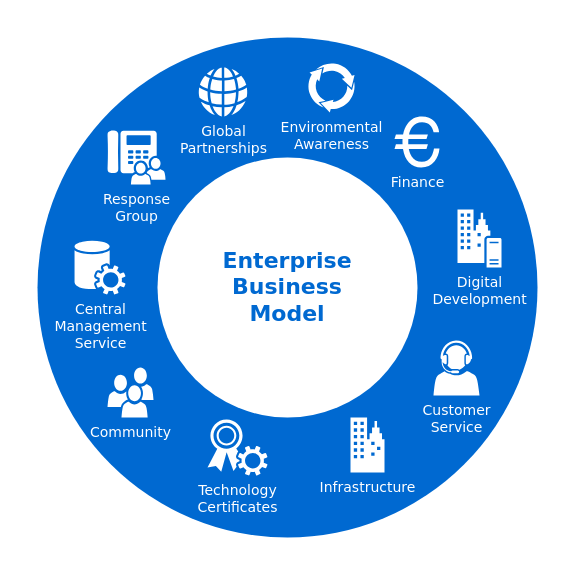
This is files/Untitled Diagram.drawio from sanztang/OSCP, a draw.io file, before an edit. Source tidied: cells renumbered, new cells numbered last; positions are measured from the earlier drawing's top-left corner, leaving out a move shared by most shapes. Both pictures are drawn from the tidied source at 100%, with x=0, y=0 at pixel (37, 37).
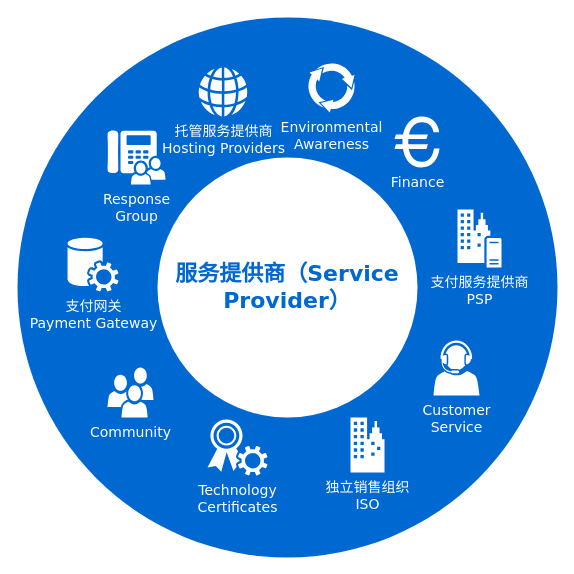
After the change.

Change to the diagram source:
```diff
@@
 <mxGraphModel>
   <root>
     <mxCell id="0" />
     <mxCell id="1" parent="0" />
     <mxCell id="2" style="ellipse;whiteSpace=wrap;html=1;rounded=0;shadow=0;comic=0;strokeWidth=1;fontFamily=Verdana;fontSize=14;strokeColor=none;fillColor=#0069D1;" parent="1" vertex="1">
-      <mxGeometry width="500" height="500" as="geometry" />
+      <mxGeometry x="-20" y="-20" width="540" height="540" as="geometry" />
     </mxCell>
-    <mxCell id="3" value="Enterprise&lt;div&gt;Business&lt;/div&gt;&lt;div&gt;Model&lt;/div&gt;" style="ellipse;whiteSpace=wrap;html=1;rounded=0;shadow=0;comic=0;strokeWidth=1;fontFamily=Verdana;fontSize=22;strokeColor=none;fillColor=#ffffff;fontColor=#0069D1;fontStyle=1;" parent="1" vertex="1">
+    <mxCell id="3" value="服务提供商（Service Provider）" style="ellipse;whiteSpace=wrap;html=1;rounded=0;shadow=0;comic=0;strokeWidth=1;fontFamily=Verdana;fontSize=22;strokeColor=none;fillColor=#ffffff;fontColor=#0069D1;fontStyle=1;" parent="1" vertex="1">
       <mxGeometry x="120" y="120" width="260" height="260" as="geometry" />
     </mxCell>
     <mxCell id="4" value="Community" style="shadow=0;dashed=0;html=1;strokeColor=none;fillColor=#ffffff;labelPosition=center;verticalLabelPosition=bottom;verticalAlign=top;shape=mxgraph.office.users.users;rounded=0;comic=0;fontFamily=Verdana;fontSize=14;fontColor=#FFFFFF;" parent="1" vertex="1">
       <mxGeometry x="70" y="330" width="46" height="50" as="geometry" />
     </mxCell>
     <mxCell id="5" value="Customer&lt;div&gt;Service&lt;/div&gt;" style="shadow=0;dashed=0;html=1;strokeColor=none;fillColor=#ffffff;labelPosition=center;verticalLabelPosition=bottom;verticalAlign=top;shape=mxgraph.office.users.call_center_agent;rounded=0;comic=0;fontFamily=Verdana;fontSize=14;fontColor=#FFFFFF;" parent="1" vertex="1">
       <mxGeometry x="396" y="303" width="46" height="55" as="geometry" />
     </mxCell>
     <mxCell id="6" value="Response&lt;div&gt;Group&lt;/div&gt;" style="shadow=0;dashed=0;html=1;strokeColor=none;fillColor=#ffffff;labelPosition=center;verticalLabelPosition=bottom;verticalAlign=top;shape=mxgraph.office.users.response_group;rounded=0;comic=0;fontFamily=Verdana;fontSize=14;fontColor=#FFFFFF;" parent="1" vertex="1">
       <mxGeometry x="70" y="93" width="58" height="54" as="geometry" />
     </mxCell>
-    <mxCell id="7" value="Central&lt;div&gt;Management&lt;/div&gt;&lt;div&gt;Service&lt;/div&gt;" style="shadow=0;dashed=0;html=1;strokeColor=none;fillColor=#ffffff;labelPosition=center;verticalLabelPosition=bottom;verticalAlign=top;shape=mxgraph.office.services.central_management_service;rounded=0;comic=0;fontFamily=Verdana;fontSize=14;fontColor=#FFFFFF;" parent="1" vertex="1">
-      <mxGeometry x="37" y="203" width="51" height="54" as="geometry" />
+    <mxCell id="7" value="支付网关&lt;div&gt;Payment Gateway&lt;br&gt;&lt;/div&gt;" style="shadow=0;dashed=0;html=1;strokeColor=none;fillColor=#ffffff;labelPosition=center;verticalLabelPosition=bottom;verticalAlign=top;shape=mxgraph.office.services.central_management_service;rounded=0;comic=0;fontFamily=Verdana;fontSize=14;fontColor=#FFFFFF;" parent="1" vertex="1">
+      <mxGeometry x="30" y="200" width="51" height="54" as="geometry" />
     </mxCell>
-    <mxCell id="8" value="Digital&lt;div&gt;Development&lt;/div&gt;" style="shadow=0;dashed=0;html=1;strokeColor=none;fillColor=#ffffff;labelPosition=center;verticalLabelPosition=bottom;verticalAlign=top;shape=mxgraph.office.servers.on_premises_server;rounded=0;comic=0;fontFamily=Verdana;fontSize=14;fontColor=#FFFFFF;" parent="1" vertex="1">
+    <mxCell id="8" value="支付服务提供商&lt;div&gt;PSP&lt;br&gt;&lt;/div&gt;" style="shadow=0;dashed=0;html=1;strokeColor=none;fillColor=#ffffff;labelPosition=center;verticalLabelPosition=bottom;verticalAlign=top;shape=mxgraph.office.servers.on_premises_server;rounded=0;comic=0;fontFamily=Verdana;fontSize=14;fontColor=#FFFFFF;" parent="1" vertex="1">
       <mxGeometry x="420" y="172" width="44" height="58" as="geometry" />
     </mxCell>
     <mxCell id="9" value="Technology&lt;div&gt;Certificates&lt;/div&gt;" style="shadow=0;dashed=0;html=1;strokeColor=none;fillColor=#ffffff;labelPosition=center;verticalLabelPosition=bottom;verticalAlign=top;shape=mxgraph.office.security.token_service;rounded=0;comic=0;fontFamily=Verdana;fontSize=14;fontColor=#FFFFFF;" parent="1" vertex="1">
       <mxGeometry x="170" y="382" width="60" height="56" as="geometry" />
     </mxCell>
-    <mxCell id="10" value="Infrastructure" style="shadow=0;dashed=0;html=1;strokeColor=none;fillColor=#ffffff;labelPosition=center;verticalLabelPosition=bottom;verticalAlign=top;shape=mxgraph.office.concepts.on_premises;rounded=0;comic=0;fontFamily=Verdana;fontSize=14;fontColor=#FFFFFF;" parent="1" vertex="1">
+    <mxCell id="10" value="独立销售组织&lt;div&gt;&lt;span style=&quot;background-color: initial;&quot;&gt;ISO&lt;/span&gt;&lt;/div&gt;" style="shadow=0;dashed=0;html=1;strokeColor=none;fillColor=#ffffff;labelPosition=center;verticalLabelPosition=bottom;verticalAlign=top;shape=mxgraph.office.concepts.on_premises;rounded=0;comic=0;fontFamily=Verdana;fontSize=14;fontColor=#FFFFFF;" parent="1" vertex="1">
       <mxGeometry x="313" y="380" width="34" height="55" as="geometry" />
     </mxCell>
-    <mxCell id="11" value="Global&lt;div&gt;Partnerships&lt;/div&gt;" style="shadow=0;dashed=0;html=1;strokeColor=none;fillColor=#ffffff;labelPosition=center;verticalLabelPosition=bottom;verticalAlign=top;shape=mxgraph.office.concepts.globe_internet;rounded=0;comic=0;fontFamily=Verdana;fontSize=14;fontColor=#FFFFFF;" parent="1" vertex="1">
+    <mxCell id="11" value="托管服务提供商&lt;div&gt;Hosting Providers&lt;br&gt;&lt;/div&gt;" style="shadow=0;dashed=0;html=1;strokeColor=none;fillColor=#ffffff;labelPosition=center;verticalLabelPosition=bottom;verticalAlign=top;shape=mxgraph.office.concepts.globe_internet;rounded=0;comic=0;fontFamily=Verdana;fontSize=14;fontColor=#FFFFFF;" parent="1" vertex="1">
       <mxGeometry x="161" y="30" width="49" height="49" as="geometry" />
     </mxCell>
     <mxCell id="12" value="Environmental&lt;div&gt;Awareness&lt;/div&gt;" style="shadow=0;dashed=0;html=1;strokeColor=none;shape=mxgraph.mscae.general.continuous_cycle;fillColor=#ffffff;rounded=0;comic=0;fontFamily=Verdana;fontSize=14;fontColor=#FFFFFF;verticalAlign=top;labelPosition=center;verticalLabelPosition=bottom;align=center;" parent="1" vertex="1">
       <mxGeometry x="270" y="25" width="48" height="50" as="geometry" />
     </mxCell>
     <mxCell id="13" value="Finance" style="shape=mxgraph.signs.travel.euro;html=1;fillColor=#ffffff;strokeColor=none;verticalLabelPosition=bottom;verticalAlign=top;align=center;rounded=0;shadow=0;dashed=0;comic=0;fontFamily=Verdana;fontSize=14;fontColor=#FFFFFF;" parent="1" vertex="1">
       <mxGeometry x="357" y="79" width="45" height="51" as="geometry" />
     </mxCell>
   </root>
 </mxGraphModel>
```
